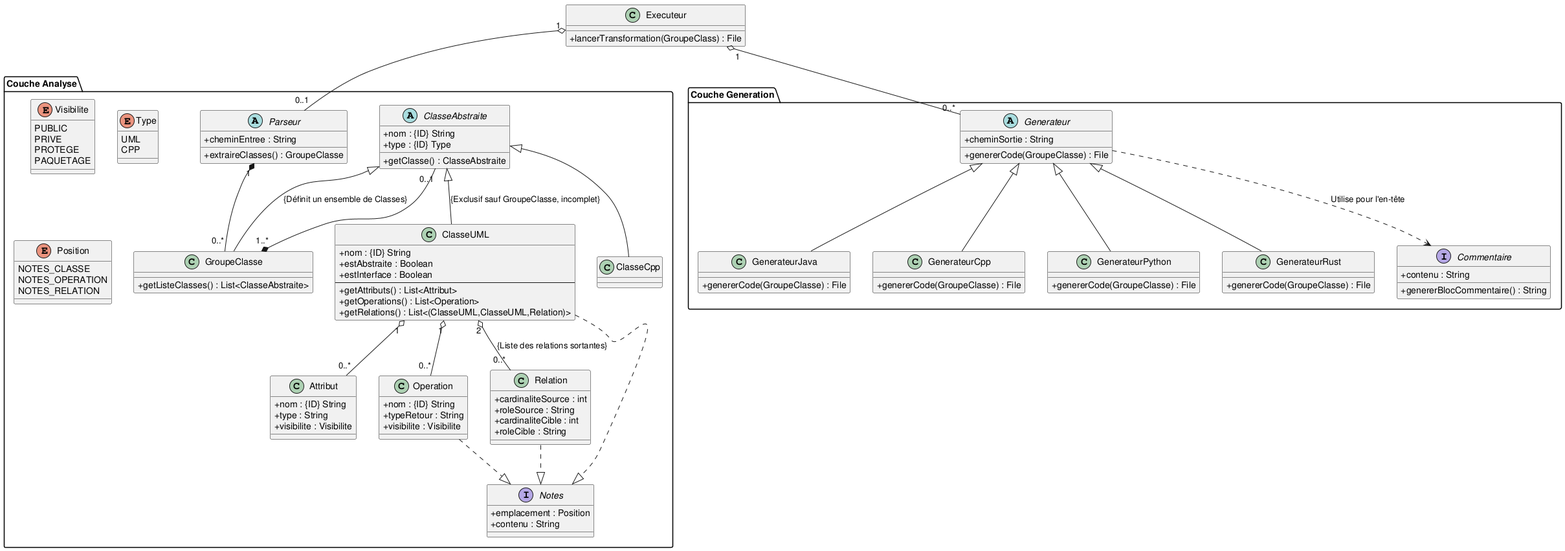
Earlier version of the PlantUML export doc/class_diag_uml2java.png (RasdaCorentin/PlantUML2Code).
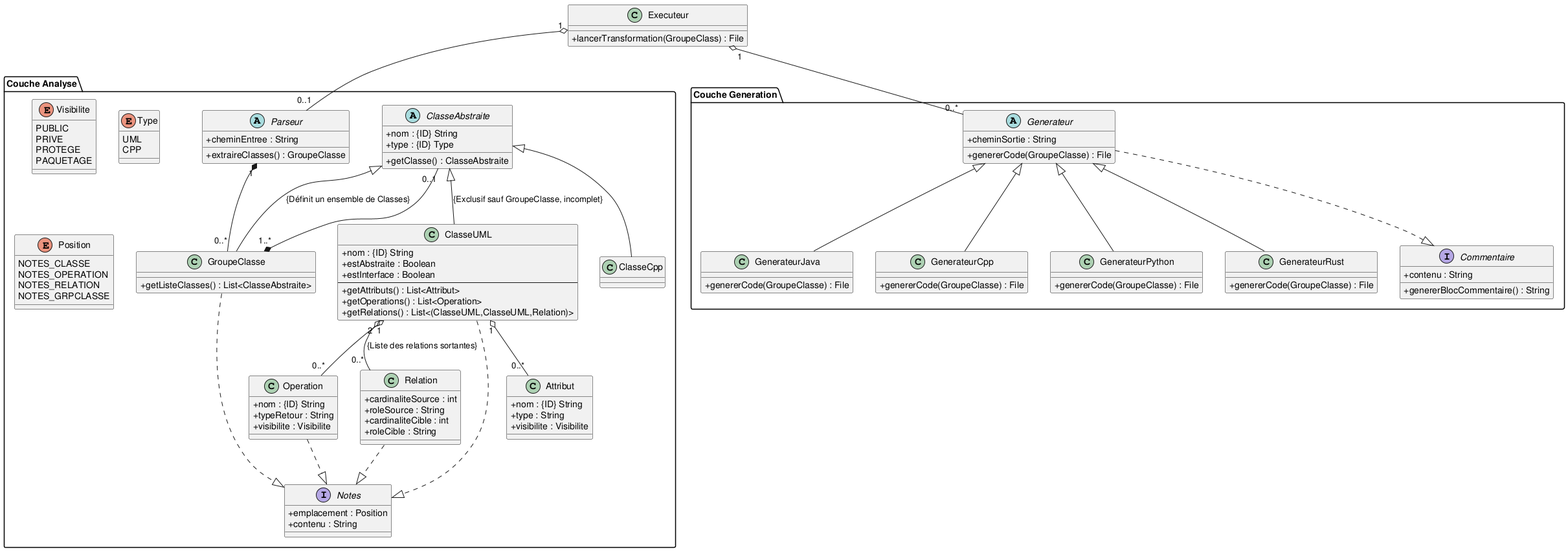
The same diagram one commit later.

Commit message:
Modif Diagramme de classe

The edit, as a diff of the source:
```diff
@@ -79,13 +79,14 @@
 	 NOTES_CLASSE
 	 NOTES_OPERATION
 	 NOTES_RELATION
+	 NOTES_GRPCLASSE
 	}
 
 	interface Notes {
 	 +emplacement : Position
 	 +contenu : String
 	}
-
+	GroupeClasse ..|> Notes
 	ClasseUML ..|> Notes
 	Relation ..|> Notes
 	Operation ..|> Notes
@@ -120,7 +121,7 @@
         +genererBlocCommentaire() : String
     }
 
-    Generateur ..> Commentaire : "Utilise pour l'en-tête"
+    Generateur ..|> Commentaire
 }
 
 Executeur "1"  o-- "0..1" Parseur
```
